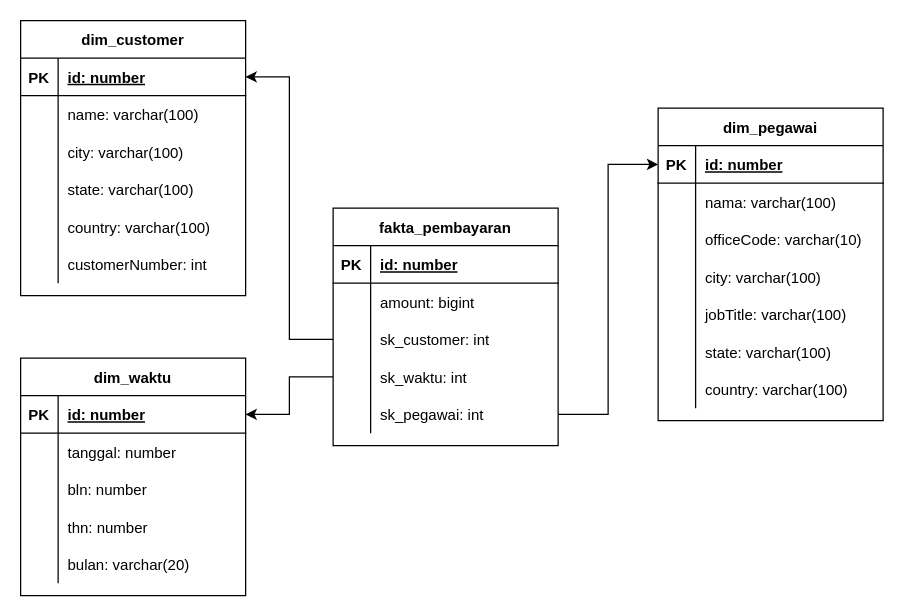
Naranindya11/dwh-d keeps this draw.io diagram as page "payment" (1 of 2) of tm-4/desain-dwh.drawio. Above is the earlier version. Source tidied: cells renumbered, new cells numbered last; positions are measured from the earlier drawing's top-left corner, leaving out a move shared by most shapes. Both pictures are drawn from the tidied source at 125%, with x=0, y=0 at pixel (20, 20).
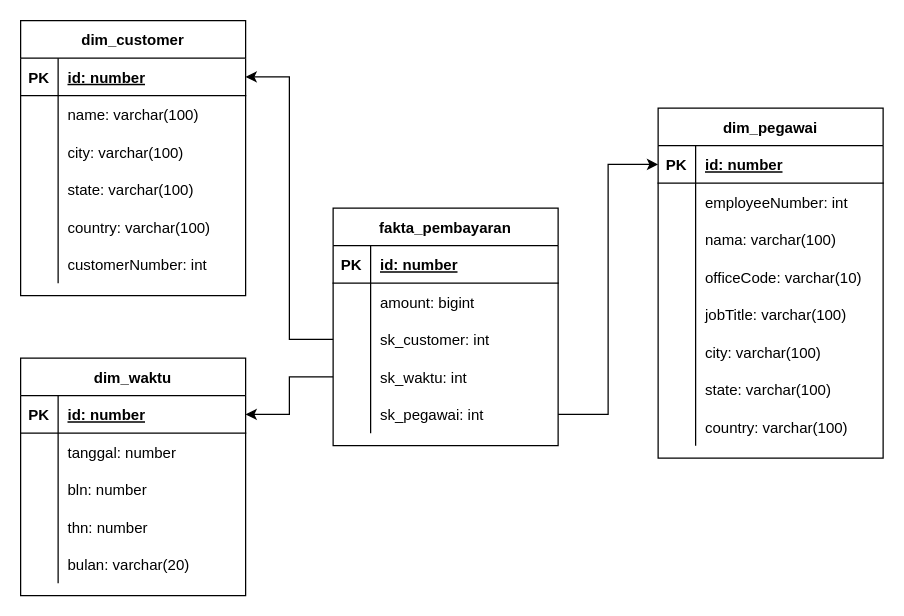
After the change.

Change to the diagram source:
```diff
@@
     <mxCell id="55" value="dim_pegawai" style="shape=table;startSize=30;childLayout=tableLayout;rowLines=0;fontStyle=1;align=center;" parent="1" vertex="1">
-      <mxGeometry x="510" y="70" width="180" height="250" as="geometry" />
+      <mxGeometry x="510" y="70" width="180" height="280" as="geometry" />
     </mxCell>
@@
+    <mxCell id="78" style="shape=partialRectangle;fillColor=none;top=0;left=0;bottom=0;right=0;" parent="55" vertex="1">
+      <mxGeometry y="60" width="180" height="30" as="geometry" />
+    </mxCell>
+    <mxCell id="79" style="shape=partialRectangle;fillColor=none;top=0;left=0;bottom=0;right=0;overflow=hidden;" parent="78" vertex="1">
+      <mxGeometry width="30" height="30" as="geometry" />
+    </mxCell>
+    <mxCell id="80" value="employeeNumber: int" style="shape=partialRectangle;fillColor=none;top=0;left=0;bottom=0;right=0;align=left;spacingLeft=6;overflow=hidden;" parent="78" vertex="1">
+      <mxGeometry x="30" width="150" height="30" as="geometry" />
+    </mxCell>
     <mxCell id="59" style="shape=partialRectangle;fillColor=none;top=0;left=0;bottom=0;right=0;" parent="55" vertex="1">
-      <mxGeometry y="60" width="180" height="30" as="geometry" />
+      <mxGeometry y="90" width="180" height="30" as="geometry" />
     </mxCell>
@@
     <mxCell id="62" style="shape=partialRectangle;fillColor=none;top=0;left=0;bottom=0;right=0;" parent="55" vertex="1">
-      <mxGeometry y="90" width="180" height="30" as="geometry" />
+      <mxGeometry y="120" width="180" height="30" as="geometry" />
     </mxCell>
@@
+    <mxCell id="68" style="shape=partialRectangle;fillColor=none;top=0;left=0;bottom=0;right=0;" parent="55" vertex="1">
+      <mxGeometry y="150" width="180" height="30" as="geometry" />
+    </mxCell>
+    <mxCell id="69" style="shape=partialRectangle;fillColor=none;top=0;left=0;bottom=0;right=0;overflow=hidden;" parent="68" vertex="1">
+      <mxGeometry width="30" height="30" as="geometry" />
+    </mxCell>
+    <mxCell id="70" value="jobTitle: varchar(100)" style="shape=partialRectangle;fillColor=none;top=0;left=0;bottom=0;right=0;align=left;spacingLeft=6;overflow=hidden;" parent="68" vertex="1">
+      <mxGeometry x="30" width="150" height="30" as="geometry" />
+    </mxCell>
     <mxCell id="65" style="shape=partialRectangle;fillColor=none;top=0;left=0;bottom=0;right=0;" parent="55" vertex="1">
-      <mxGeometry y="120" width="180" height="30" as="geometry" />
+      <mxGeometry y="180" width="180" height="30" as="geometry" />
     </mxCell>
@@
-    <mxCell id="68" style="shape=partialRectangle;fillColor=none;top=0;left=0;bottom=0;right=0;" parent="55" vertex="1">
-      <mxGeometry y="150" width="180" height="30" as="geometry" />
-    </mxCell>
-    <mxCell id="69" style="shape=partialRectangle;fillColor=none;top=0;left=0;bottom=0;right=0;overflow=hidden;" parent="68" vertex="1">
-      <mxGeometry width="30" height="30" as="geometry" />
-    </mxCell>
-    <mxCell id="70" value="jobTitle: varchar(100)" style="shape=partialRectangle;fillColor=none;top=0;left=0;bottom=0;right=0;align=left;spacingLeft=6;overflow=hidden;" parent="68" vertex="1">
-      <mxGeometry x="30" width="150" height="30" as="geometry" />
-    </mxCell>
     <mxCell id="71" style="shape=partialRectangle;fillColor=none;top=0;left=0;bottom=0;right=0;" parent="55" vertex="1">
-      <mxGeometry y="180" width="180" height="30" as="geometry" />
+      <mxGeometry y="210" width="180" height="30" as="geometry" />
     </mxCell>
@@
     <mxCell id="74" style="shape=partialRectangle;fillColor=none;top=0;left=0;bottom=0;right=0;" parent="55" vertex="1">
-      <mxGeometry y="210" width="180" height="30" as="geometry" />
+      <mxGeometry y="240" width="180" height="30" as="geometry" />
     </mxCell>
```
